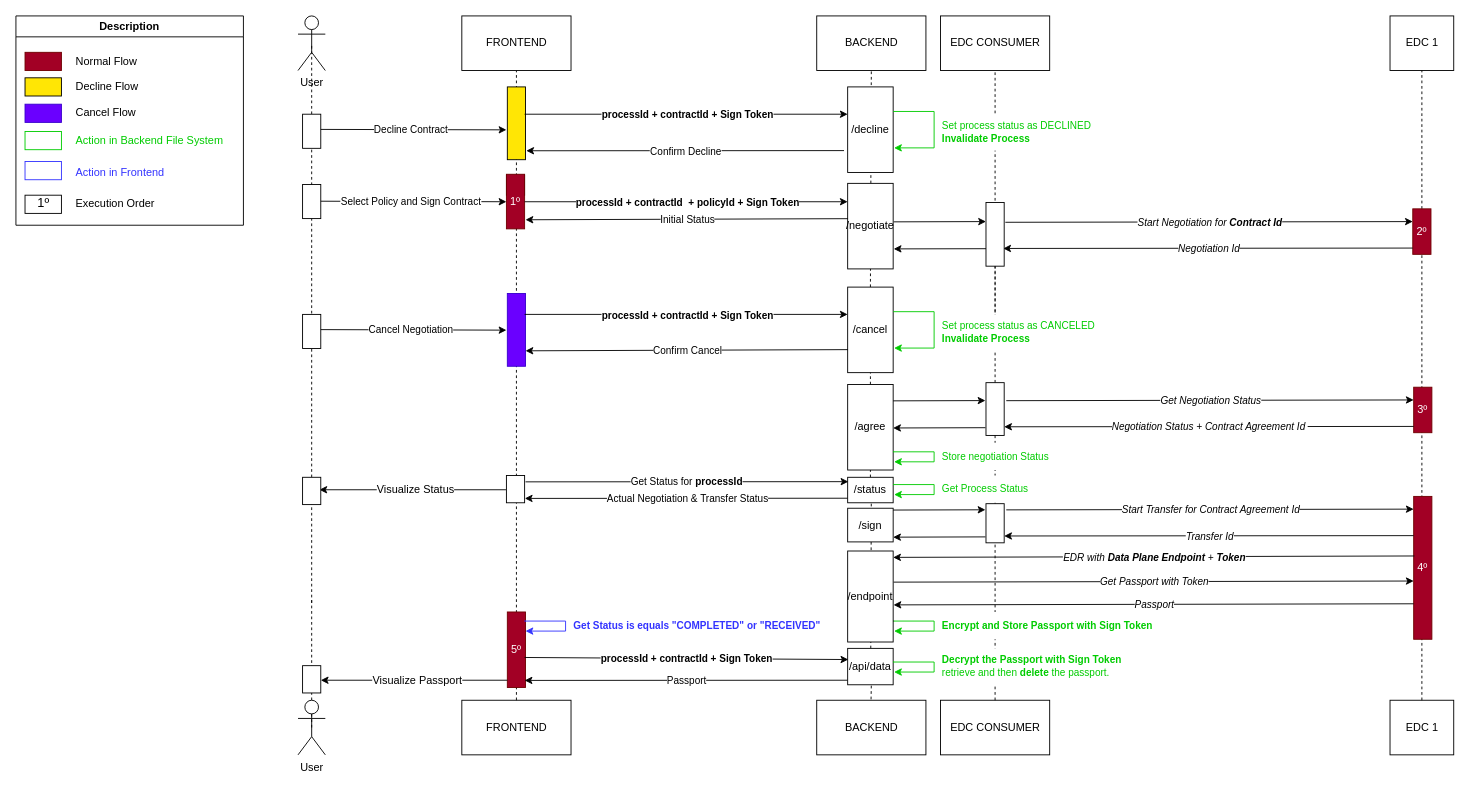
eclipse-tractusx/digital-product-pass keeps this draw.io diagram as docs/arc42/media/diagrams/agreeApiSequence.drawio.xml. Above is the earlier version. Source tidied: cells renumbered, new cells numbered last; positions are measured from the earlier drawing's top-left corner, leaving out a move shared by most shapes. Both pictures are drawn from the tidied source at 91%, with x=0, y=0 at pixel (15, 15).
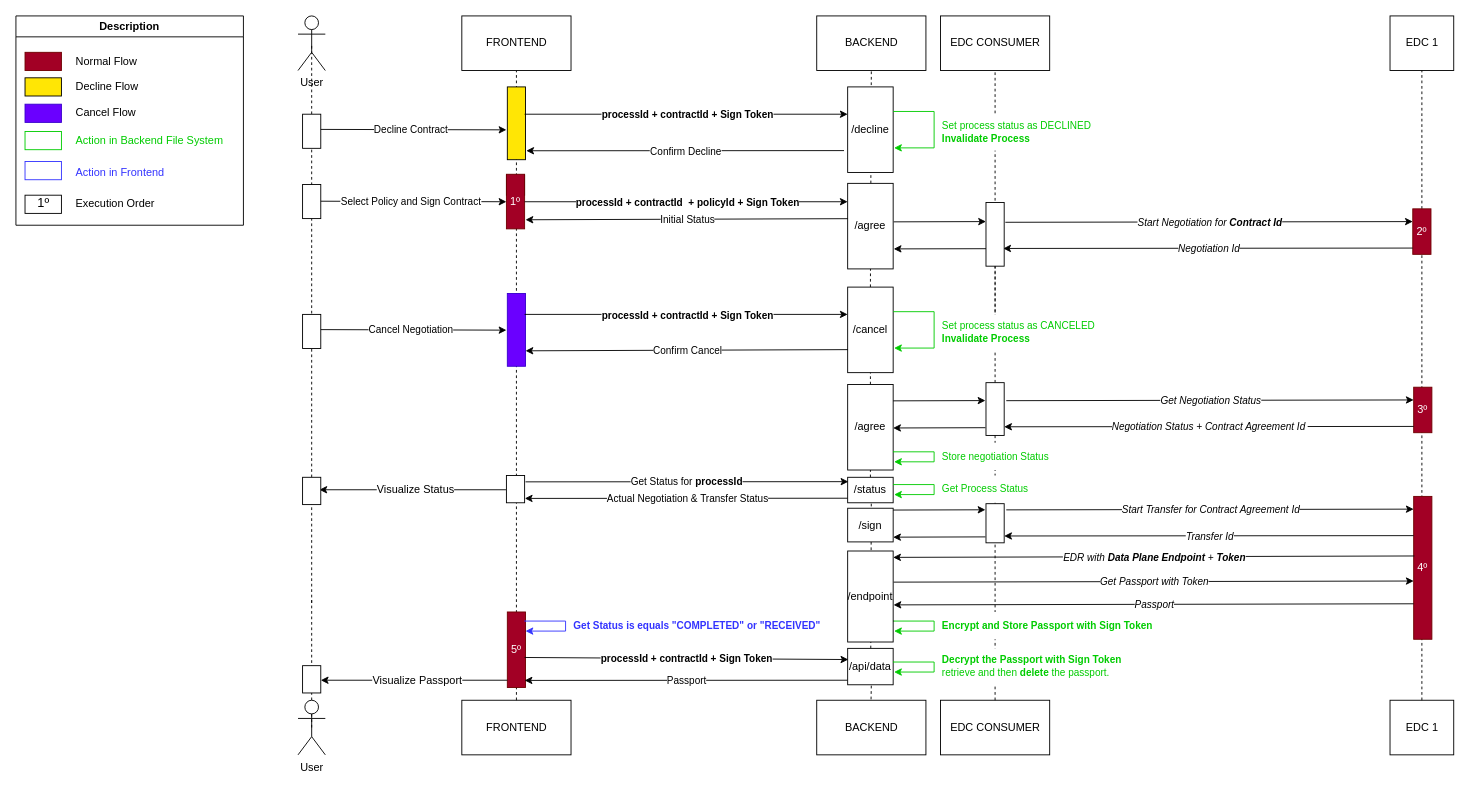
Above is the later version.

Commit message (it also covers changes not shown here):
fix: fixed agree api diagram

Diff of the diagram source:
```diff
@@
-    <mxCell id="37" value="/negotiate" style="rounded=0;whiteSpace=wrap;html=1;" parent="1" vertex="1">
+    <mxCell id="37" value="/agree" style="rounded=0;whiteSpace=wrap;html=1;" parent="1" vertex="1">
       <mxGeometry x="914" y="184" width="50" height="94" as="geometry" />
     </mxCell>
```
